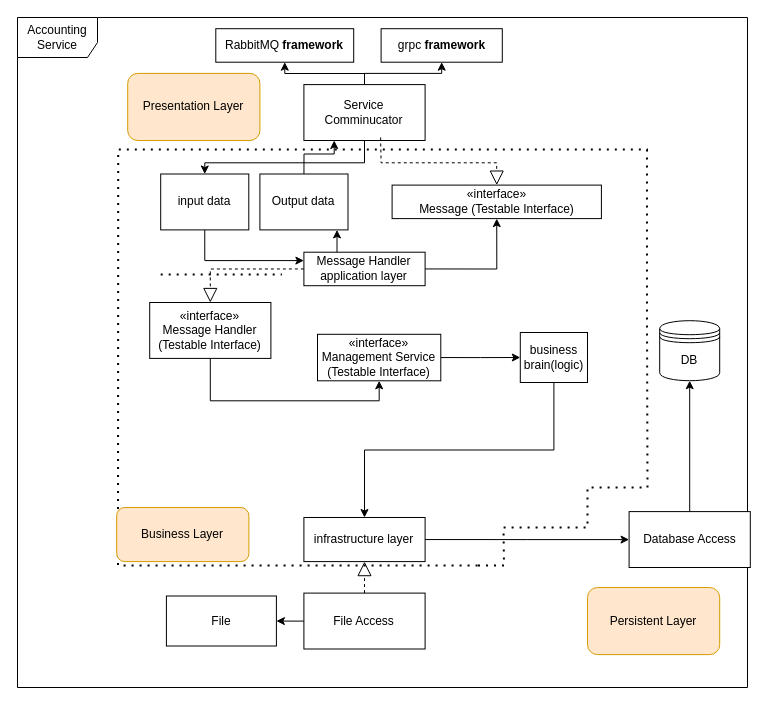
Earlier version of the draw.io diagram Project/diagram/InvetoryManagement-microservice/Inventory.drawio (nima7997/application-architecture). Source tidied: cells renumbered, new cells numbered last; positions are measured from the earlier drawing's top-left corner, leaving out a move shared by most shapes. Both pictures are drawn from the tidied source at 100%, with x=0, y=0 at pixel (17, -313).
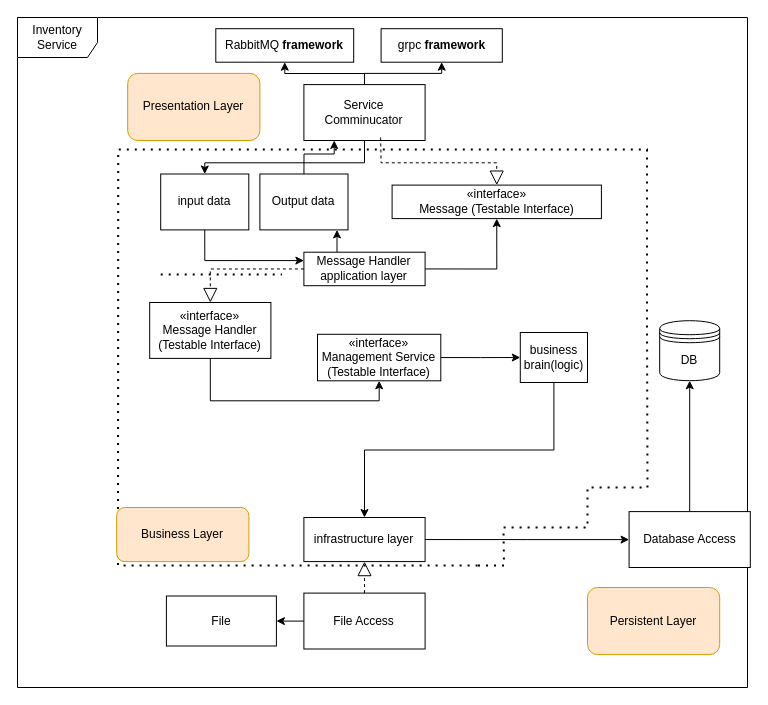
Above is the later version.

The change refers to these unchanged cells:
```xml
<mxCell id="5" style="group;" parent="1" vertex="1">
  <mxGeometry y="330" width="730" height="670" as="geometry" />
</mxCell>
```

Change to the diagram source:
```diff
@@
-    <mxCell id="6" value="Accounting Service" style="shape=umlFrame;whiteSpace=wrap;html=1;width=80;height=40;" parent="5" vertex="1">
+    <mxCell id="6" value="Inventory&lt;div&gt;Service&lt;/div&gt;" style="shape=umlFrame;whiteSpace=wrap;html=1;width=80;height=40;" parent="5" vertex="1">
       <mxGeometry width="730" height="670" as="geometry" />
     </mxCell>
```
